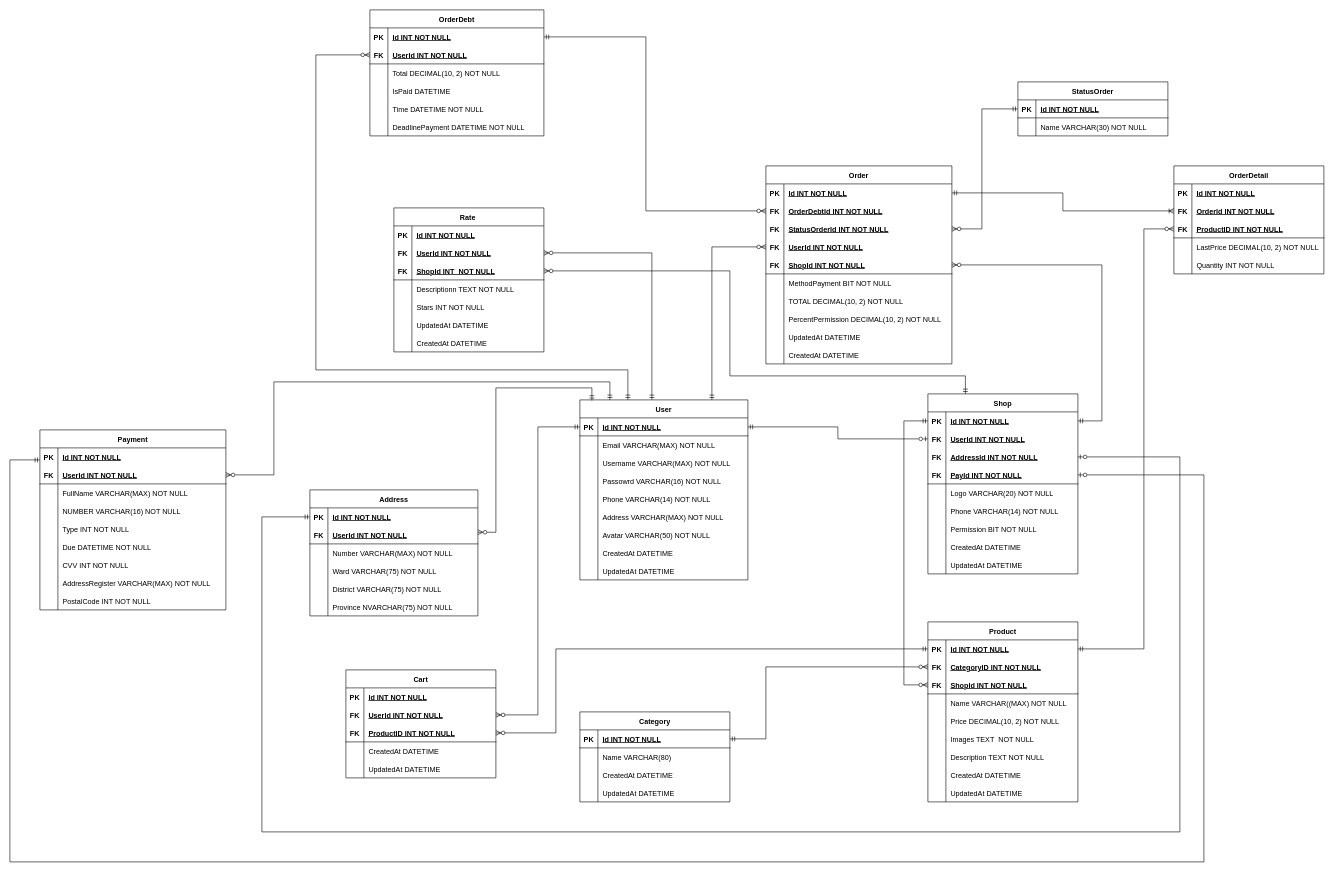
Earlier version of the draw.io diagram Doc/Diagram/ERD/ERD.drawio (PhuNguyen01997/P-P-Commercial-Sem04). Source tidied: cells renumbered, new cells numbered last; positions are measured from the earlier drawing's top-left corner, leaving out a move shared by most shapes. Both pictures are drawn from the tidied source at 60%, with x=0, y=0 at pixel (10, 10).
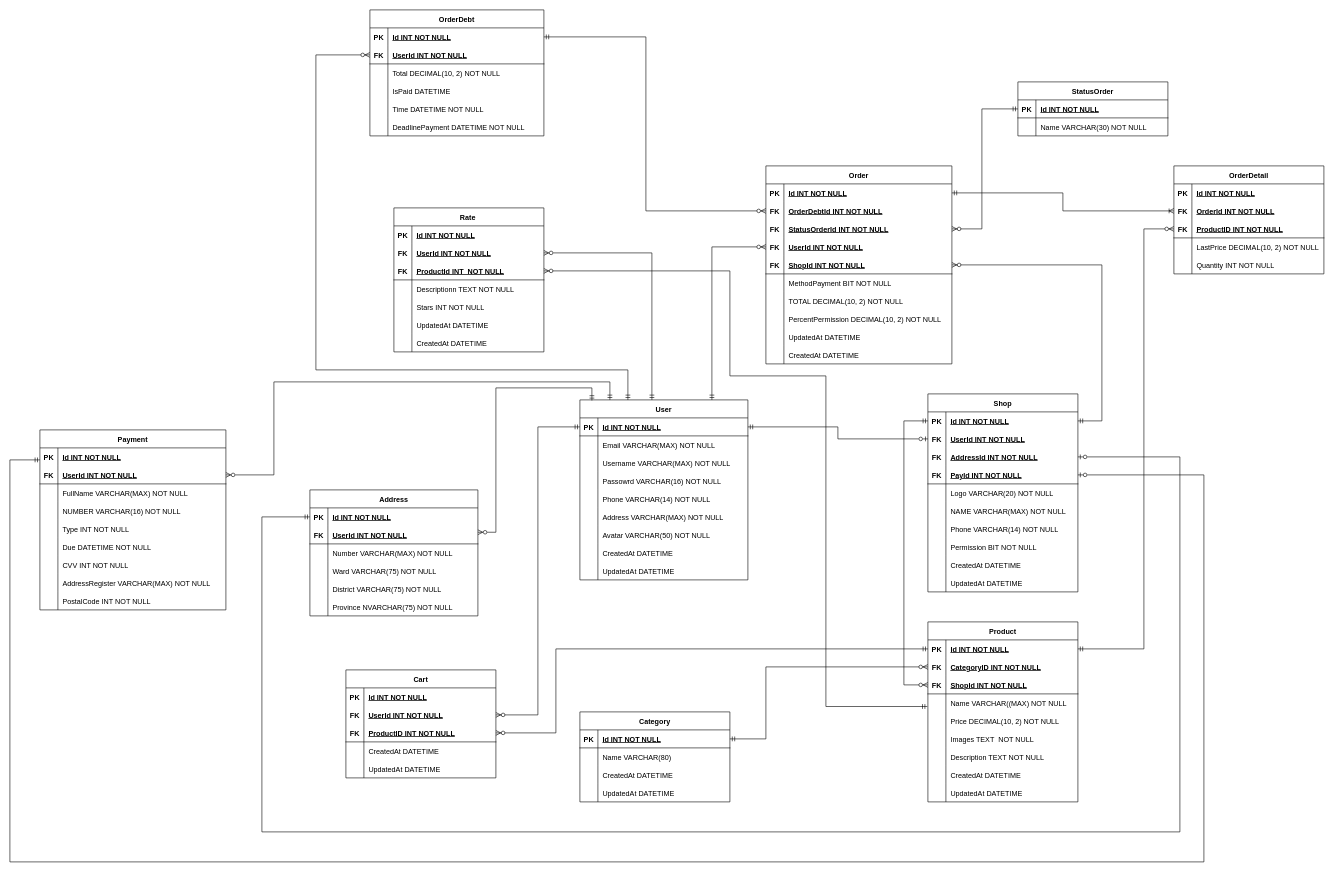
Above is the later version.

The change refers to these unchanged cells:
```xml
<mxCell id="69" style="shape=partialRectangle;fillColor=none;points=[[0,0.5],[1,0.5]];portConstraint=eastwest;top=0;left=0;right=0;bottom=0;" parent="59" vertex="1">
  <mxGeometry y="120" width="250" height="30" as="geometry" />
</mxCell>
<mxCell id="94" style="shape=partialRectangle;fillColor=none;points=[[0,0.5],[1,0.5]];portConstraint=eastwest;top=0;left=0;right=0;bottom=1;" parent="87" vertex="1">
  <mxGeometry y="90" width="250" height="30" as="geometry" />
</mxCell>
```

What changed in the source:
```diff
@@
     <mxCell id="31" value="Shop" style="shape=table;startSize=30;childLayout=tableLayout;rowLines=0;fontStyle=1;align=center;" parent="1" vertex="1">
-      <mxGeometry x="1530" y="640" width="250" height="300" as="geometry" />
+      <mxGeometry x="1530" y="640" width="250" height="330" as="geometry" />
     </mxCell>
@@
+    <mxCell id="275" style="shape=partialRectangle;fillColor=none;top=0;left=0;right=0;bottom=0;" parent="31" vertex="1">
+      <mxGeometry y="180" width="250" height="30" as="geometry" />
+    </mxCell>
+    <mxCell id="276" style="shape=partialRectangle;overflow=hidden;fillColor=none;top=0;left=0;bottom=0;right=0;" parent="275" vertex="1">
+      <mxGeometry width="30" height="30" as="geometry" />
+    </mxCell>
+    <mxCell id="277" value="NAME VARCHAR(MAX) NOT NULL" style="shape=partialRectangle;overflow=hidden;fillColor=none;top=0;left=0;bottom=0;right=0;align=left;spacingLeft=6;" parent="275" vertex="1">
+      <mxGeometry x="30" width="220" height="30" as="geometry" />
+    </mxCell>
     <mxCell id="47" style="shape=partialRectangle;fillColor=none;top=0;left=0;right=0;bottom=0;" parent="31" vertex="1">
-      <mxGeometry y="180" width="250" height="30" as="geometry" />
+      <mxGeometry y="210" width="250" height="30" as="geometry" />
     </mxCell>
@@
     <mxCell id="50" style="shape=partialRectangle;fillColor=none;top=0;left=0;right=0;bottom=0;" parent="31" vertex="1">
-      <mxGeometry y="210" width="250" height="30" as="geometry" />
+      <mxGeometry y="240" width="250" height="30" as="geometry" />
     </mxCell>
@@
     <mxCell id="53" style="shape=partialRectangle;fillColor=none;top=0;left=0;right=0;bottom=0;" parent="31" vertex="1">
-      <mxGeometry y="240" width="250" height="30" as="geometry" />
+      <mxGeometry y="270" width="250" height="30" as="geometry" />
     </mxCell>
@@
     <mxCell id="56" style="shape=partialRectangle;fillColor=none;top=0;left=0;right=0;bottom=0;" parent="31" vertex="1">
-      <mxGeometry y="270" width="250" height="30" as="geometry" />
+      <mxGeometry y="300" width="250" height="30" as="geometry" />
     </mxCell>
@@
-    <mxCell id="96" value="ShopId INT  NOT NULL" style="shape=partialRectangle;overflow=hidden;fillColor=none;top=0;left=0;bottom=0;right=0;align=left;spacingLeft=6;fontStyle=5;" parent="94" vertex="1">
+    <mxCell id="96" value="ProductId INT  NOT NULL" style="shape=partialRectangle;overflow=hidden;fillColor=none;top=0;left=0;bottom=0;right=0;align=left;spacingLeft=6;fontStyle=5;" parent="94" vertex="1">
       <mxGeometry x="30" width="220" height="30" as="geometry" />
     </mxCell>
@@
-    <mxCell id="174" style="edgeStyle=orthogonalEdgeStyle;rounded=0;jettySize=auto;html=1;entryX=0.25;entryY=0;entryDx=0;entryDy=0;startArrow=ERzeroToMany;startFill=1;endArrow=ERmandOne;endFill=0;" parent="1" edge="1" source="94" target="31">
+    <mxCell id="174" style="edgeStyle=orthogonalEdgeStyle;rounded=0;jettySize=auto;html=1;startArrow=ERzeroToMany;startFill=1;endArrow=ERmandOne;endFill=0;entryX=-0.004;entryY=0.7;entryDx=0;entryDy=0;entryPerimeter=0;" parent="1" edge="1" source="94" target="69">
       <mxGeometry relative="1" as="geometry">
         <Array as="points">
           <mxPoint x="1200" y="435" />
           <mxPoint x="1200" y="610" />
-          <mxPoint x="1593" y="610" />
+          <mxPoint x="1360" y="610" />
+          <mxPoint x="1360" y="1161" />
         </Array>
       </mxGeometry>
     </mxCell>
```
